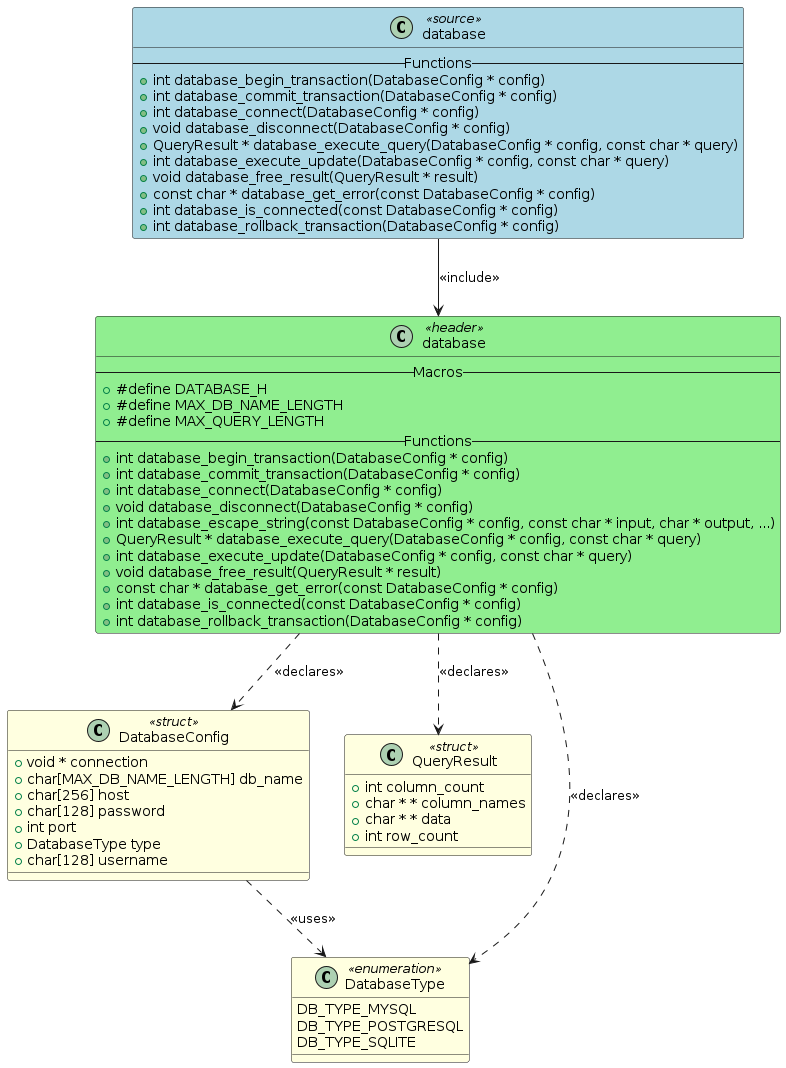
The PlantUML diagram artifacts/output_example/database.png in fischerjooo/c2puml, before a commit.
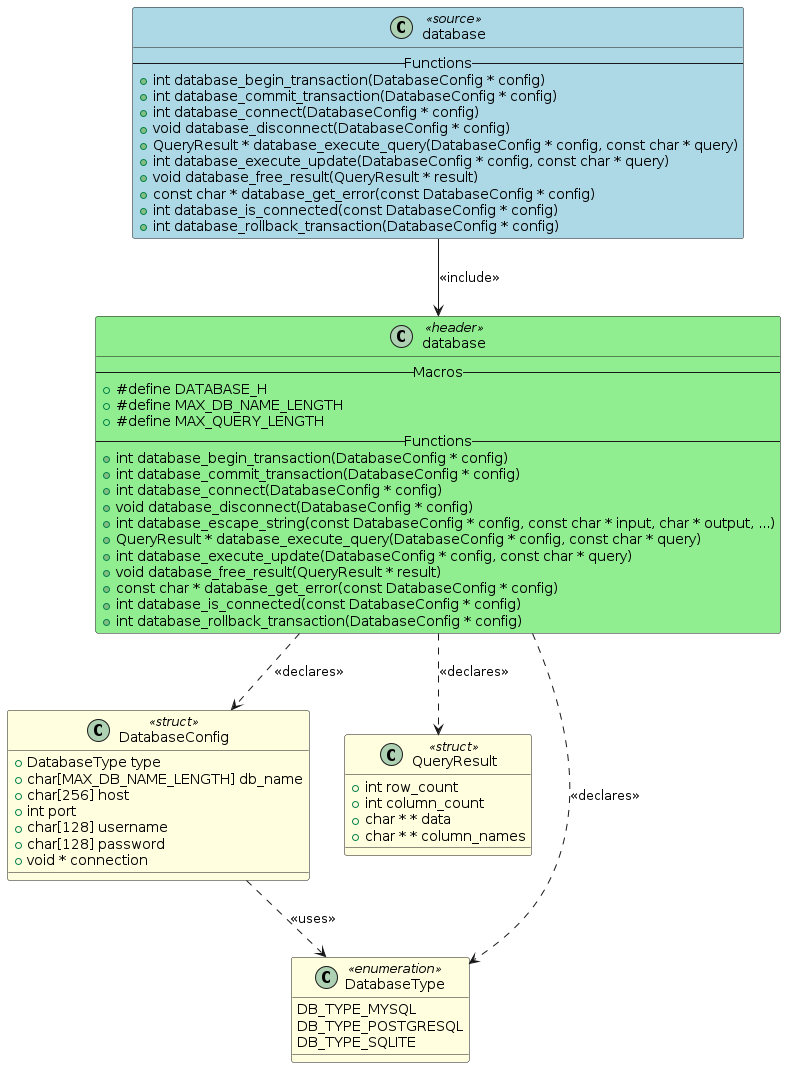
Above is the later version.

Change to the diagram source:
```diff
@@ -37,21 +37,21 @@
 
 class "DatabaseConfig" as TYPEDEF_DATABASECONFIG <<struct>> #LightYellow
 {
-    + void * connection
+    + DatabaseType type
     + char[MAX_DB_NAME_LENGTH] db_name
     + char[256] host
+    + int port
+    + char[128] username
     + char[128] password
-    + int port
-    + DatabaseType type
-    + char[128] username
+    + void * connection
 }
 
 class "QueryResult" as TYPEDEF_QUERYRESULT <<struct>> #LightYellow
 {
+    + int row_count
     + int column_count
+    + char * * data
     + char * * column_names
-    + char * * data
-    + int row_count
 }
 
 class "DatabaseType" as TYPEDEF_DATABASETYPE <<enumeration>> #LightYellow
```
